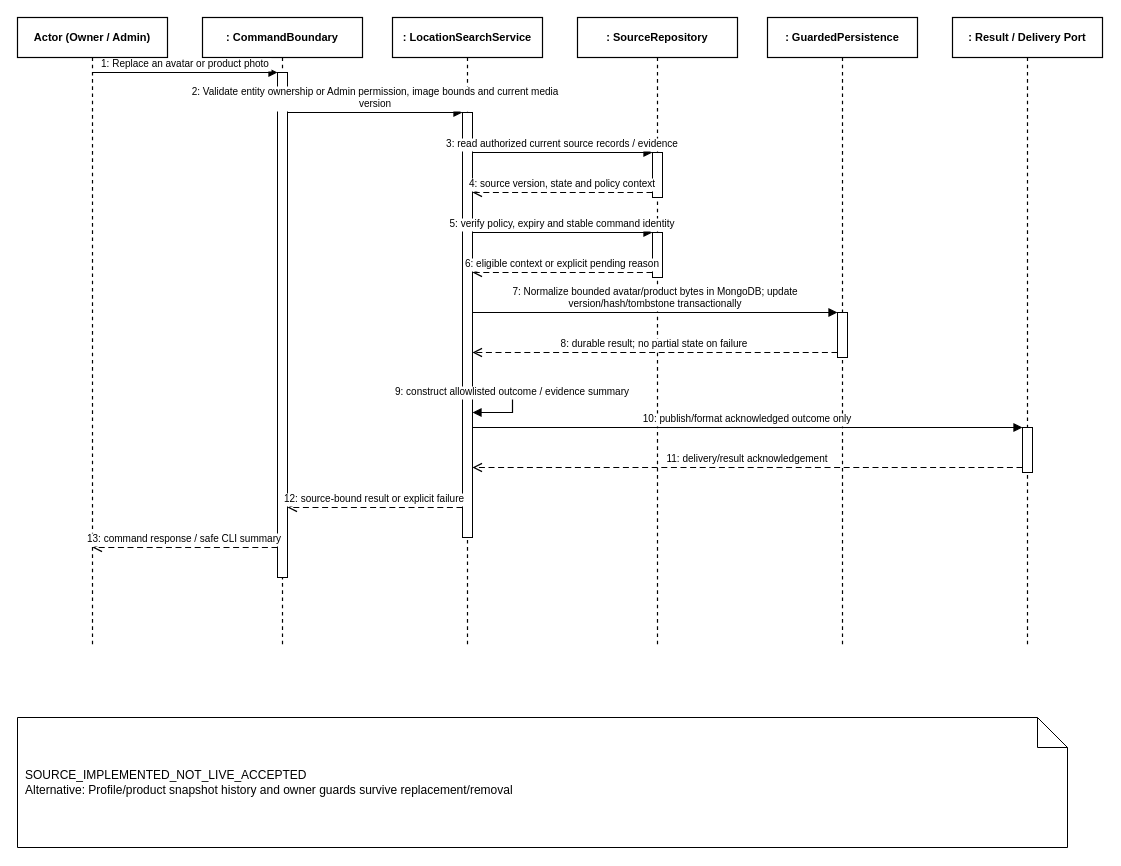
ngocthanhhx7/SEP490_G101_FALL2026 keeps this draw.io diagram as doc/reports/report4/sequence/media-02.drawio. Above is the earlier version. Source tidied: cells renumbered, new cells numbered last; positions are measured from the earlier drawing's top-left corner, leaving out a move shared by most shapes. Both pictures are drawn from the tidied source at 100%, with x=0, y=0 at pixel (17, 17).
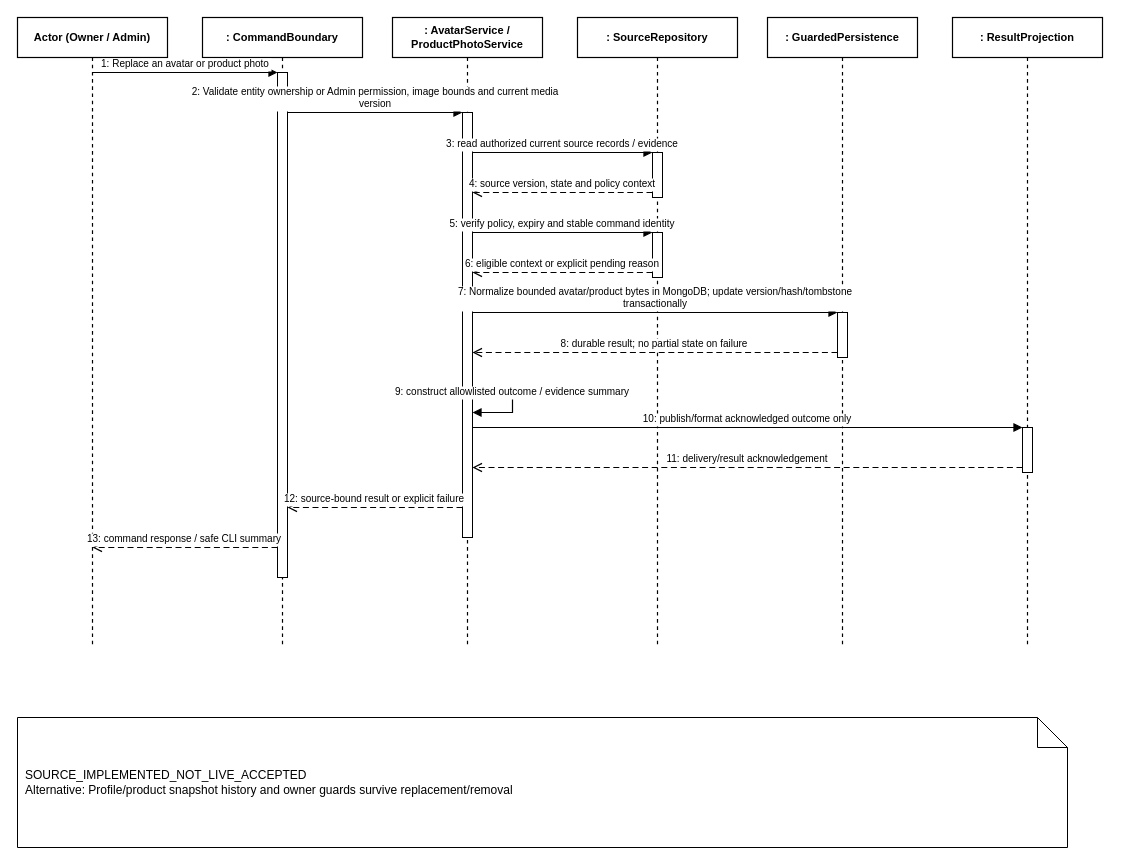
Above is the later version.

The edit, as a diff of the source:
```diff
@@
-    <mxCell id="4" value=": LocationSearchService" style="shape=umlLifeline;perimeter=lifelinePerimeter;whiteSpace=wrap;html=0;size=40;fillColor=#FFFFFF;strokeColor=#000000;strokeWidth=1.2;fontStyle=1;fontSize=11;align=center;" parent="1" vertex="1">
+    <mxCell id="4" value=": AvatarService /&#10;ProductPhotoService" style="shape=umlLifeline;perimeter=lifelinePerimeter;whiteSpace=wrap;html=0;size=40;fillColor=#FFFFFF;strokeColor=#000000;strokeWidth=1.2;fontStyle=1;fontSize=11;align=center;" parent="1" vertex="1">
       <mxGeometry x="375" width="150" height="630" as="geometry" />
     </mxCell>
@@
-    <mxCell id="7" value=": Result / Delivery Port" style="shape=umlLifeline;perimeter=lifelinePerimeter;whiteSpace=wrap;html=0;size=40;fillColor=#FFFFFF;strokeColor=#000000;strokeWidth=1.2;fontStyle=1;fontSize=11;align=center;" parent="1" vertex="1">
+    <mxCell id="7" value=": ResultProjection" style="shape=umlLifeline;perimeter=lifelinePerimeter;whiteSpace=wrap;html=0;size=40;fillColor=#FFFFFF;strokeColor=#000000;strokeWidth=1.2;fontStyle=1;fontSize=11;align=center;" parent="1" vertex="1">
       <mxGeometry x="935" width="150" height="630" as="geometry" />
     </mxCell>
@@
-    <mxCell id="20" value="7: Normalize bounded avatar/product bytes in MongoDB; update&#10;version/hash/tombstone transactionally" style="html=0;verticalAlign=bottom;endArrow=block;endFill=1;strokeColor=#000000;strokeWidth=1.2;fontSize=10;fontColor=#000000;edgeStyle=orthogonalEdgeStyle;rounded=0;" parent="1" edge="1">
+    <mxCell id="20" value="7: Normalize bounded avatar/product bytes in MongoDB; update version/hash/tombstone&#10;transactionally" style="html=0;verticalAlign=bottom;endArrow=block;endFill=1;strokeColor=#000000;strokeWidth=1.2;fontSize=10;fontColor=#000000;edgeStyle=orthogonalEdgeStyle;rounded=0;" parent="1" edge="1">
       <mxGeometry relative="1" as="geometry">
         <mxPoint x="455" y="295" as="sourcePoint" />
         <mxPoint x="820" y="295" as="targetPoint" />
       </mxGeometry>
     </mxCell>
```
